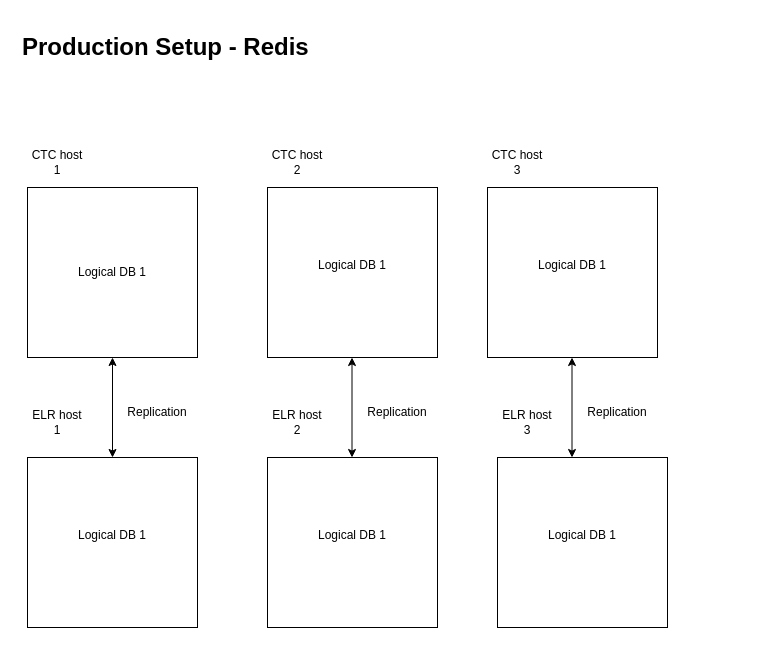
This is Redis Cache Layout Prod.drawio from anshuldevmehta/RandomDiagrams, a draw.io file, before an edit. Source tidied: cells renumbered, new cells numbered last; positions are measured from the earlier drawing's top-left corner, leaving out a move shared by most shapes. Both pictures are drawn from the tidied source at 100%, with x=0, y=0 at pixel (17, 27).
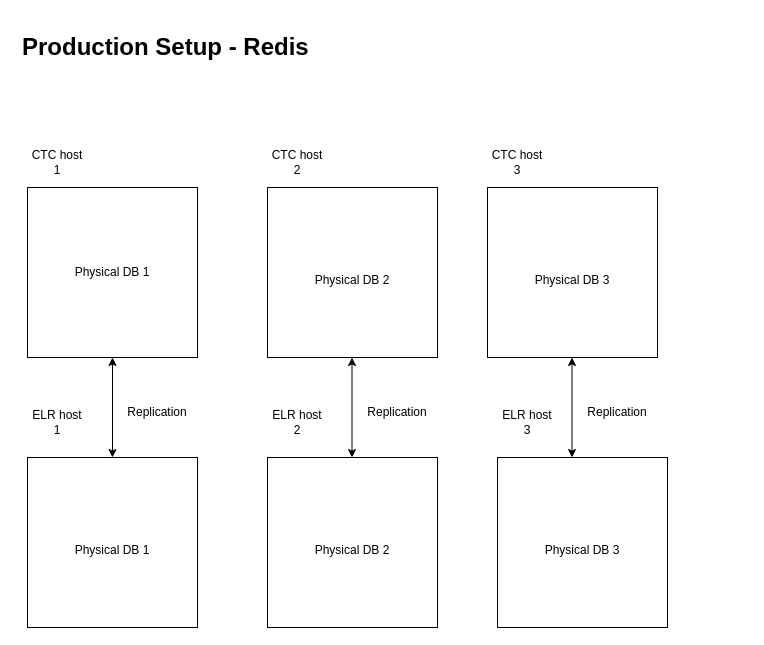
Above is the later version.

What changed in the source:
```diff
@@
-    <mxCell id="2" value="Logical DB 1" style="whiteSpace=wrap;html=1;" parent="1" vertex="1">
+    <mxCell id="2" value="Physical DB 1" style="whiteSpace=wrap;html=1;" parent="1" vertex="1">
       <mxGeometry x="10" y="160" width="170" height="170" as="geometry" />
     </mxCell>
-    <mxCell id="3" value="&#10;Logical DB 1&#10;&#10;" style="whiteSpace=wrap;html=1;" parent="1" vertex="1">
+    <mxCell id="3" value="&lt;br&gt;Physical DB 2" style="whiteSpace=wrap;html=1;" parent="1" vertex="1">
       <mxGeometry x="250" y="160" width="170" height="170" as="geometry" />
     </mxCell>
-    <mxCell id="4" value="&#10;Logical DB 1&#10;&#10;" style="whiteSpace=wrap;html=1;" parent="1" vertex="1">
+    <mxCell id="4" value="&lt;br&gt;Physical DB 3" style="whiteSpace=wrap;html=1;" parent="1" vertex="1">
       <mxGeometry x="470" y="160" width="170" height="170" as="geometry" />
     </mxCell>
-    <mxCell id="5" value="&#10;Logical DB 1&#10;&#10;" style="whiteSpace=wrap;html=1;" parent="1" vertex="1">
+    <mxCell id="5" value="&lt;br&gt;Physical DB 1&lt;br&gt;" style="whiteSpace=wrap;html=1;" parent="1" vertex="1">
       <mxGeometry x="10" y="430" width="170" height="170" as="geometry" />
     </mxCell>
-    <mxCell id="6" value="&#10;Logical DB 1&#10;&#10;" style="whiteSpace=wrap;html=1;" parent="1" vertex="1">
+    <mxCell id="6" value="&lt;br&gt;Physical DB 2" style="whiteSpace=wrap;html=1;" parent="1" vertex="1">
       <mxGeometry x="250" y="430" width="170" height="170" as="geometry" />
     </mxCell>
-    <mxCell id="7" value="&#10;Logical DB 1&#10;&#10;" style="whiteSpace=wrap;html=1;" parent="1" vertex="1">
+    <mxCell id="7" value="&lt;br&gt;Physical DB 3" style="whiteSpace=wrap;html=1;" parent="1" vertex="1">
       <mxGeometry x="480" y="430" width="170" height="170" as="geometry" />
     </mxCell>
```
